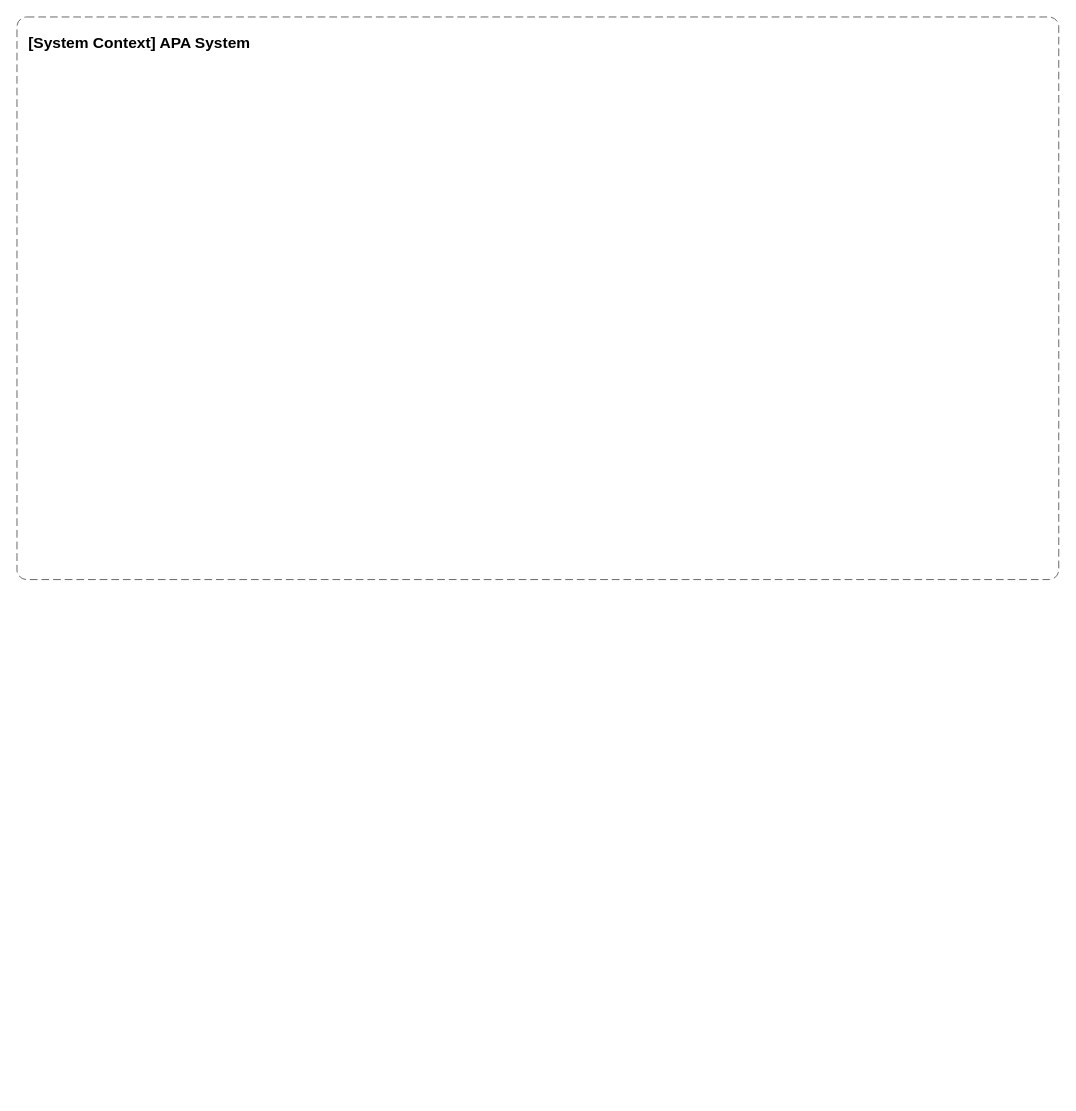
Above: page "C4 | System Context" (3 of 3) of Applicant's personal account.drawio in mikhail-belii/apa-system-backend (draw.io), before the change. Source tidied: cells renumbered, new cells numbered last; positions are measured from the earlier drawing's top-left corner, leaving out a move shared by most shapes. Both pictures are drawn from the tidied source at 97%, with x=0, y=0 at pixel (16, 16).
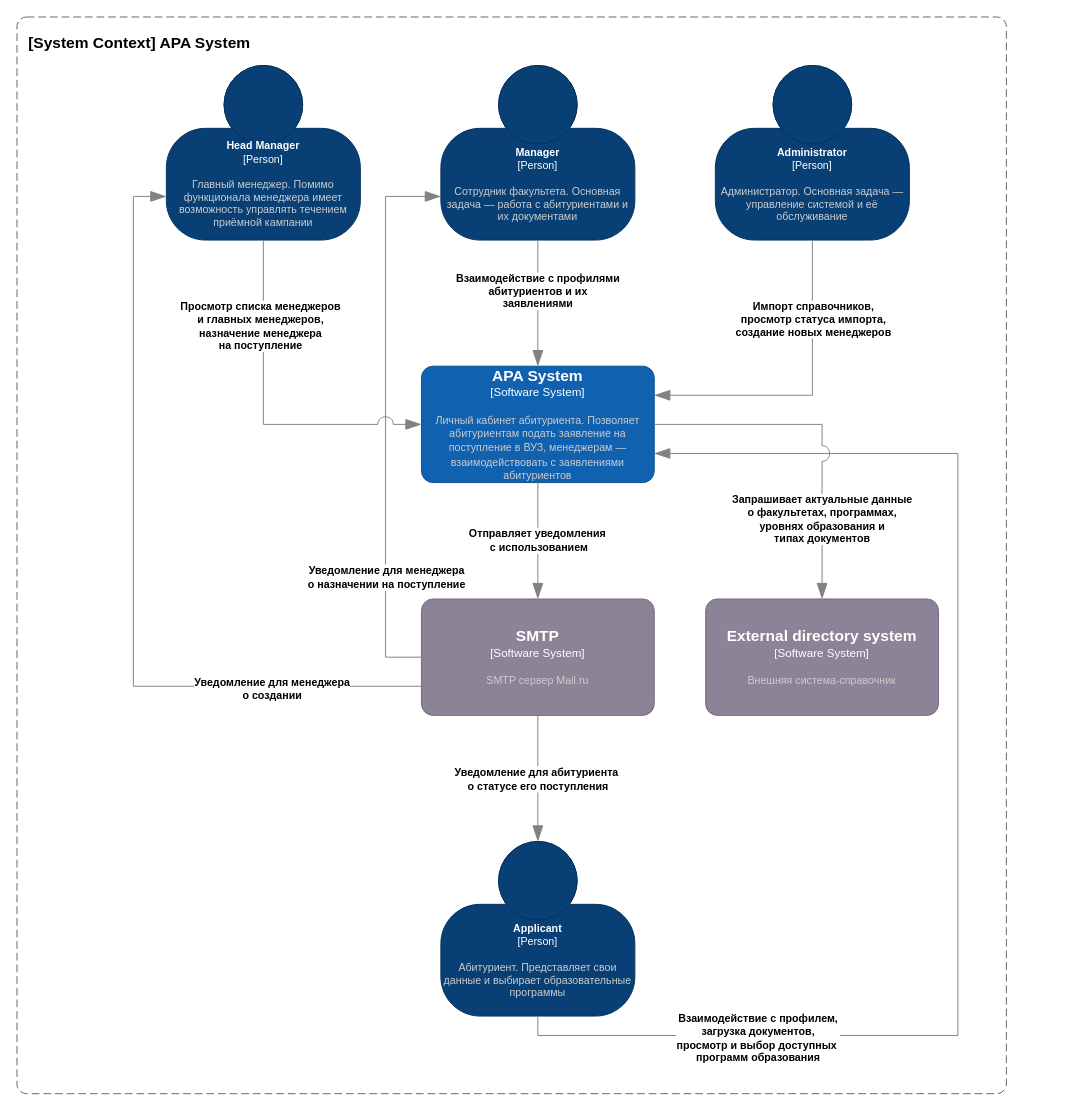
After the change.

Commit message (it also covers changes not shown here):
Немного исправлена диаграмма с контекстами; C4 Model | System Context

Change to the diagram source:
```diff
@@
     <mxCell id="3" style="rounded=1;fontSize=11;whiteSpace=wrap;html=1;dashed=1;arcSize=20;fillColor=none;strokeColor=#666666;fontColor=#333333;labelBackgroundColor=none;align=left;verticalAlign=bottom;labelBorderColor=none;spacingTop=0;spacing=10;dashPattern=8 4;perimeter=rectanglePerimeter;noLabel=0;labelPadding=0;absoluteArcSize=1;fontStyle=0;" parent="1" vertex="1">
-      <mxGeometry width="1074" height="580" as="geometry" />
+      <mxGeometry width="1020" height="1110" as="geometry" />
     </mxCell>
+    <object id="4" label="&lt;font style=&quot;font-size: 11px;&quot;&gt;&lt;b style=&quot;font-size: 11px;&quot;&gt;%c4Name%&lt;/b&gt;&lt;/font&gt;&lt;div style=&quot;font-size: 11px;&quot;&gt;[%c4Type%]&lt;/div&gt;&lt;br style=&quot;font-size: 11px;&quot;&gt;&lt;div style=&quot;font-size: 11px;&quot;&gt;&lt;font style=&quot;font-size: 11px;&quot;&gt;&lt;font style=&quot;font-size: 11px;&quot; color=&quot;#cccccc&quot;&gt;%c4Description%&lt;/font&gt;&lt;/font&gt;&lt;/div&gt;" c4Description="Главный менеджер. Помимо функционала менеджера имеет возможность управлять течением приёмной кампании" c4Name="Head Manager" c4Type="Person" placeholders="1">
+      <mxCell style="html=1;fontSize=11;dashed=0;whiteSpace=wrap;fillColor=#083F75;strokeColor=#06315C;fontColor=#ffffff;shape=mxgraph.c4.person2;align=center;points=[[0.5,0,0],[1,0.5,0],[1,0.75,0],[0.75,1,0],[0.5,1,0],[0.25,1,0],[0,0.75,0],[0,0.5,0]];" parent="1" vertex="1">
+        <mxGeometry x="154" y="50" width="200" height="180" as="geometry" />
+      </mxCell>
+    </object>
+    <object id="5" label="&lt;font style=&quot;font-size: 11px;&quot;&gt;&lt;b style=&quot;font-size: 11px;&quot;&gt;%c4Name%&lt;/b&gt;&lt;/font&gt;&lt;div style=&quot;font-size: 11px;&quot;&gt;[%c4Type%]&lt;/div&gt;&lt;br style=&quot;font-size: 11px;&quot;&gt;&lt;div style=&quot;font-size: 11px;&quot;&gt;&lt;font style=&quot;font-size: 11px;&quot;&gt;&lt;font style=&quot;font-size: 11px;&quot; color=&quot;#cccccc&quot;&gt;%c4Description%&lt;/font&gt;&lt;/font&gt;&lt;/div&gt;" c4Description="Абитуриент. Представляет свои данные и выбирает образовательные программы" c4Name="Applicant" c4Type="Person" placeholders="1">
+      <mxCell style="html=1;fontSize=11;dashed=0;whiteSpace=wrap;fillColor=#083F75;strokeColor=#06315C;fontColor=#ffffff;shape=mxgraph.c4.person2;align=center;points=[[0.5,0,0],[1,0.5,0],[1,0.75,0],[0.75,1,0],[0.5,1,0],[0.25,1,0],[0,0.75,0],[0,0.5,0]];" parent="1" vertex="1">
+        <mxGeometry x="437" y="850" width="200" height="180" as="geometry" />
+      </mxCell>
+    </object>
+    <object id="6" label="&lt;font style=&quot;font-size: 11px;&quot;&gt;&lt;b style=&quot;font-size: 11px;&quot;&gt;%c4Name%&lt;/b&gt;&lt;/font&gt;&lt;div style=&quot;font-size: 11px;&quot;&gt;[%c4Type%]&lt;/div&gt;&lt;br style=&quot;font-size: 11px;&quot;&gt;&lt;div style=&quot;font-size: 11px;&quot;&gt;&lt;font style=&quot;font-size: 11px;&quot;&gt;&lt;font style=&quot;font-size: 11px;&quot; color=&quot;#cccccc&quot;&gt;%c4Description%&lt;/font&gt;&lt;/font&gt;&lt;/div&gt;" c4Description="Сотрудник факультета. Основная задача — работа с абитуриентами и их документами" c4Name="Manager" c4Type="Person" placeholders="1">
+      <mxCell style="html=1;fontSize=11;dashed=0;whiteSpace=wrap;fillColor=#083F75;strokeColor=#06315C;fontColor=#ffffff;shape=mxgraph.c4.person2;align=center;points=[[0.5,0,0],[1,0.5,0],[1,0.75,0],[0.75,1,0],[0.5,1,0],[0.25,1,0],[0,0.75,0],[0,0.5,0]];" parent="1" vertex="1">
+        <mxGeometry x="437" y="50" width="200" height="180" as="geometry" />
+      </mxCell>
+    </object>
+    <object id="7" label="&lt;font style=&quot;font-size: 11px;&quot;&gt;&lt;b style=&quot;font-size: 11px;&quot;&gt;%c4Name%&lt;/b&gt;&lt;/font&gt;&lt;div style=&quot;font-size: 11px;&quot;&gt;[%c4Type%]&lt;/div&gt;&lt;br style=&quot;font-size: 11px;&quot;&gt;&lt;div style=&quot;font-size: 11px;&quot;&gt;&lt;font style=&quot;font-size: 11px;&quot;&gt;&lt;font style=&quot;font-size: 11px;&quot; color=&quot;#cccccc&quot;&gt;%c4Description%&lt;/font&gt;&lt;/font&gt;&lt;/div&gt;" c4Description="Администратор. Основная задача — управление системой и её обслуживание" c4Name="Administrator" c4Type="Person" placeholders="1">
+      <mxCell style="html=1;fontSize=11;dashed=0;whiteSpace=wrap;fillColor=#083F75;strokeColor=#06315C;fontColor=#ffffff;shape=mxgraph.c4.person2;align=center;points=[[0.5,0,0],[1,0.5,0],[1,0.75,0],[0.75,1,0],[0.5,1,0],[0.25,1,0],[0,0.75,0],[0,0.5,0]];" parent="1" vertex="1">
+        <mxGeometry x="720" y="50" width="200" height="180" as="geometry" />
+      </mxCell>
+    </object>
+    <object id="8" label="&lt;font style=&quot;font-size: 16px&quot;&gt;&lt;b&gt;%c4Name%&lt;/b&gt;&lt;/font&gt;&lt;div&gt;[%c4Type%]&lt;/div&gt;&lt;br&gt;&lt;div&gt;&lt;font style=&quot;font-size: 11px&quot;&gt;&lt;font color=&quot;#cccccc&quot;&gt;%c4Description%&lt;/font&gt;&lt;/div&gt;" c4Description="Личный кабинет абитуриента. Позволяет абитуриентам подать заявление на поступление в ВУЗ, менеджерам — взаимодействовать с заявлениями абитуриентов" c4Name="APA System" c4Type="Software System" placeholders="1">
+      <mxCell style="rounded=1;whiteSpace=wrap;html=1;labelBackgroundColor=none;fillColor=#1061B0;fontColor=#ffffff;align=center;arcSize=10;strokeColor=#0D5091;points=[[0.25,0,0],[0.5,0,0],[0.75,0,0],[1,0.25,0],[1,0.5,0],[1,0.75,0],[0.75,1,0],[0.5,1,0],[0.25,1,0],[0,0.75,0],[0,0.5,0],[0,0.25,0]];" parent="1" vertex="1">
+        <mxGeometry x="417" y="360" width="240" height="120" as="geometry" />
+      </mxCell>
+    </object>
+    <object id="9" label="&lt;font style=&quot;font-size: 16px&quot;&gt;&lt;b&gt;%c4Name%&lt;/b&gt;&lt;/font&gt;&lt;div&gt;[%c4Type%]&lt;/div&gt;&lt;br&gt;&lt;div&gt;&lt;font style=&quot;font-size: 11px&quot;&gt;&lt;font color=&quot;#cccccc&quot;&gt;%c4Description%&lt;/font&gt;&lt;/div&gt;" c4Description="SMTP сервер Mail.ru" c4Name="SMTP" c4Type="Software System" placeholders="1">
+      <mxCell style="rounded=1;whiteSpace=wrap;html=1;labelBackgroundColor=none;fillColor=#8C8496;fontColor=#ffffff;align=center;arcSize=10;strokeColor=#736782;points=[[0.25,0,0],[0.5,0,0],[0.75,0,0],[1,0.25,0],[1,0.5,0],[1,0.75,0],[0.75,1,0],[0.5,1,0],[0.25,1,0],[0,0.75,0],[0,0.5,0],[0,0.25,0]];" parent="1" vertex="1">
+        <mxGeometry x="417" y="600" width="240" height="120" as="geometry" />
+      </mxCell>
+    </object>
+    <mxCell id="10" style="endArrow=blockThin;html=1;fontSize=10;fontColor=#404040;strokeWidth=1;endFill=1;strokeColor=#828282;elbow=vertical;endSize=14;startSize=14;jumpStyle=arc;jumpSize=16;rounded=0;edgeStyle=orthogonalEdgeStyle;exitX=0.5;exitY=1;exitDx=0;exitDy=0;exitPerimeter=0;entryX=0.5;entryY=0;entryDx=0;entryDy=0;entryPerimeter=0;" parent="1" edge="1" source="9" target="5">
+      <mxGeometry relative="1" as="geometry" />
+    </mxCell>
+    <mxCell id="11" style="edgeLabel;html=1;align=center;verticalAlign=middle;" parent="10" vertex="1">
+      <mxGeometry x="-0.02" y="-3" relative="1" as="geometry" />
+    </mxCell>
+    <mxCell id="12" value="&lt;span style=&quot;&quot;&gt;Уведомление для абитуриента&amp;nbsp;&lt;/span&gt;&lt;div style=&quot;&quot;&gt;о статусе его поступления&lt;/div&gt;" style="edgeLabel;html=1;align=center;verticalAlign=middle;fontStyle=1;" parent="10" vertex="1">
+      <mxGeometry x="-0.05" y="-1" relative="1" as="geometry">
+        <mxPoint y="3" as="offset" />
+      </mxGeometry>
+    </mxCell>
+    <mxCell id="13" style="endArrow=blockThin;html=1;fontSize=10;fontColor=#404040;strokeWidth=1;endFill=1;strokeColor=#828282;elbow=vertical;endSize=14;startSize=14;jumpStyle=arc;jumpSize=16;rounded=0;edgeStyle=orthogonalEdgeStyle;exitX=0;exitY=0.75;exitDx=0;exitDy=0;exitPerimeter=0;entryX=0;entryY=0.75;entryDx=0;entryDy=0;entryPerimeter=0;" parent="1" edge="1" source="9" target="4">
+      <mxGeometry relative="1" as="geometry">
+        <Array as="points">
+          <mxPoint x="120" y="690" />
+          <mxPoint x="120" y="185" />
+        </Array>
+      </mxGeometry>
+    </mxCell>
+    <mxCell id="14" value="&lt;span style=&quot;&quot;&gt;Уведомление для менеджера&lt;/span&gt;&lt;div style=&quot;&quot;&gt;о создании&lt;/div&gt;" style="edgeLabel;html=1;align=center;verticalAlign=middle;fontStyle=1;" parent="13" vertex="1">
+      <mxGeometry x="-0.63" y="-2" relative="1" as="geometry">
+        <mxPoint y="4" as="offset" />
+      </mxGeometry>
+    </mxCell>
+    <mxCell id="15" style="endArrow=blockThin;html=1;fontSize=10;fontColor=#404040;strokeWidth=1;endFill=1;strokeColor=#828282;elbow=vertical;endSize=14;startSize=14;jumpStyle=arc;jumpSize=16;rounded=0;edgeStyle=orthogonalEdgeStyle;entryX=0;entryY=0.75;entryDx=0;entryDy=0;entryPerimeter=0;exitX=0;exitY=0.5;exitDx=0;exitDy=0;exitPerimeter=0;" parent="1" edge="1" source="9" target="6">
+      <mxGeometry relative="1" as="geometry">
+        <Array as="points">
+          <mxPoint x="380" y="660" />
+          <mxPoint x="380" y="185" />
+        </Array>
+      </mxGeometry>
+    </mxCell>
+    <mxCell id="16" value="&lt;span style=&quot;&quot;&gt;Уведомление для менеджера&lt;/span&gt;&lt;div&gt;&lt;span style=&quot;&quot;&gt;о&amp;nbsp;&lt;/span&gt;&lt;span style=&quot;&quot;&gt;назначении&amp;nbsp;&lt;/span&gt;&lt;span style=&quot;&quot;&gt;на поступление&lt;/span&gt;&lt;/div&gt;" style="edgeLabel;html=1;align=center;verticalAlign=middle;fontStyle=1;" parent="15" vertex="1">
+      <mxGeometry x="-0.6" relative="1" as="geometry">
+        <mxPoint y="-6" as="offset" />
+      </mxGeometry>
+    </mxCell>
+    <mxCell id="17" style="endArrow=blockThin;html=1;fontSize=10;fontColor=#404040;strokeWidth=1;endFill=1;strokeColor=#828282;elbow=vertical;endSize=14;startSize=14;jumpStyle=arc;jumpSize=16;rounded=0;edgeStyle=orthogonalEdgeStyle;exitX=0.5;exitY=1;exitDx=0;exitDy=0;exitPerimeter=0;entryX=0.5;entryY=0;entryDx=0;entryDy=0;entryPerimeter=0;" parent="1" edge="1" source="8" target="9">
+      <mxGeometry relative="1" as="geometry" />
+    </mxCell>
+    <mxCell id="18" value="&lt;span style=&quot;&quot;&gt;Отправляет уведомления&amp;nbsp;&lt;/span&gt;&lt;div style=&quot;&quot;&gt;с использованием&lt;/div&gt;" style="edgeLabel;html=1;align=center;verticalAlign=middle;fontStyle=1;" parent="17" vertex="1">
+      <mxGeometry x="-0.01" relative="1" as="geometry" />
+    </mxCell>
+    <mxCell id="19" style="endArrow=blockThin;html=1;fontSize=10;fontColor=#404040;strokeWidth=1;endFill=1;strokeColor=#828282;elbow=vertical;endSize=14;startSize=14;jumpStyle=arc;jumpSize=16;rounded=0;edgeStyle=orthogonalEdgeStyle;exitX=0.5;exitY=1;exitDx=0;exitDy=0;exitPerimeter=0;entryX=1;entryY=0.75;entryDx=0;entryDy=0;entryPerimeter=0;" parent="1" edge="1" source="5" target="8">
+      <mxGeometry relative="1" as="geometry">
+        <Array as="points">
+          <mxPoint x="537" y="1050" />
+          <mxPoint x="970" y="1050" />
+          <mxPoint x="970" y="450" />
+        </Array>
+      </mxGeometry>
+    </mxCell>
+    <mxCell id="20" value="Взаимодействие с профилем,&lt;div&gt;загрузка документов,&lt;/div&gt;&lt;div&gt;просмотр и выбор доступных&amp;nbsp;&lt;/div&gt;&lt;div&gt;программ образования&lt;/div&gt;" style="edgeLabel;html=1;align=center;verticalAlign=middle;fontStyle=1;" parent="19" vertex="1">
+      <mxGeometry x="-0.7" y="3" relative="1" as="geometry">
+        <mxPoint x="41" y="5" as="offset" />
+      </mxGeometry>
+    </mxCell>
+    <mxCell id="21" style="endArrow=blockThin;html=1;fontSize=10;fontColor=#404040;strokeWidth=1;endFill=1;strokeColor=#828282;elbow=vertical;endSize=14;startSize=14;jumpStyle=arc;jumpSize=16;rounded=0;edgeStyle=orthogonalEdgeStyle;exitX=0.5;exitY=1;exitDx=0;exitDy=0;exitPerimeter=0;entryX=0;entryY=0.5;entryDx=0;entryDy=0;entryPerimeter=0;" parent="1" edge="1" source="4" target="8">
+      <mxGeometry relative="1" as="geometry" />
+    </mxCell>
+    <mxCell id="22" value="Просмотр списка менеджеров&lt;div&gt;и главных менеджеров,&lt;/div&gt;&lt;div&gt;назначение менеджера&lt;/div&gt;&lt;div&gt;на поступление&lt;/div&gt;" style="edgeLabel;html=1;align=center;verticalAlign=middle;fontStyle=1;" parent="21" vertex="1">
+      <mxGeometry x="-0.5" y="-4" relative="1" as="geometry" />
+    </mxCell>
+    <mxCell id="23" style="endArrow=blockThin;html=1;fontSize=10;fontColor=#404040;strokeWidth=1;endFill=1;strokeColor=#828282;elbow=vertical;endSize=14;startSize=14;jumpStyle=arc;jumpSize=16;rounded=0;edgeStyle=orthogonalEdgeStyle;exitX=0.5;exitY=1;exitDx=0;exitDy=0;exitPerimeter=0;entryX=0.5;entryY=0;entryDx=0;entryDy=0;entryPerimeter=0;" parent="1" edge="1" source="6" target="8">
+      <mxGeometry relative="1" as="geometry" />
+    </mxCell>
+    <mxCell id="24" value="Взаимодействие с профилями&lt;div&gt;абитуриентов и их&lt;/div&gt;&lt;div&gt;заявлениями&lt;/div&gt;" style="edgeLabel;html=1;align=center;verticalAlign=middle;fontStyle=1;" parent="23" vertex="1">
+      <mxGeometry x="-0.32" y="-1" relative="1" as="geometry">
+        <mxPoint y="8" as="offset" />
+      </mxGeometry>
+    </mxCell>
+    <mxCell id="25" style="endArrow=blockThin;html=1;fontSize=10;fontColor=#404040;strokeWidth=1;endFill=1;strokeColor=#828282;elbow=vertical;endSize=14;startSize=14;jumpStyle=arc;jumpSize=16;rounded=0;edgeStyle=orthogonalEdgeStyle;exitX=0.5;exitY=1;exitDx=0;exitDy=0;exitPerimeter=0;entryX=1;entryY=0.25;entryDx=0;entryDy=0;entryPerimeter=0;" parent="1" edge="1" source="7" target="8">
+      <mxGeometry relative="1" as="geometry" />
+    </mxCell>
+    <mxCell id="26" value="Импорт справочников,&lt;div&gt;просмотр статуса импорта,&lt;/div&gt;&lt;div&gt;создание новых менеджеров&lt;/div&gt;" style="edgeLabel;html=1;align=center;verticalAlign=middle;fontStyle=1;" parent="25" vertex="1">
+      <mxGeometry x="-0.5" relative="1" as="geometry" />
+    </mxCell>
+    <object id="27" label="&lt;font style=&quot;font-size: 16px&quot;&gt;&lt;b&gt;%c4Name%&lt;/b&gt;&lt;/font&gt;&lt;div&gt;[%c4Type%]&lt;/div&gt;&lt;br&gt;&lt;div&gt;&lt;font style=&quot;font-size: 11px&quot;&gt;&lt;font color=&quot;#cccccc&quot;&gt;%c4Description%&lt;/font&gt;&lt;/div&gt;" c4Description="Внешняя система-справочник" c4Name="External directory system" c4Type="Software System" placeholders="1">
+      <mxCell style="rounded=1;whiteSpace=wrap;html=1;labelBackgroundColor=none;fillColor=#8C8496;fontColor=#ffffff;align=center;arcSize=10;strokeColor=#736782;points=[[0.25,0,0],[0.5,0,0],[0.75,0,0],[1,0.25,0],[1,0.5,0],[1,0.75,0],[0.75,1,0],[0.5,1,0],[0.25,1,0],[0,0.75,0],[0,0.5,0],[0,0.25,0]];" parent="1" vertex="1">
+        <mxGeometry x="710" y="600" width="240" height="120" as="geometry" />
+      </mxCell>
+    </object>
+    <mxCell id="28" style="endArrow=blockThin;html=1;fontSize=10;fontColor=#404040;strokeWidth=1;endFill=1;strokeColor=#828282;elbow=vertical;endSize=14;startSize=14;jumpStyle=arc;jumpSize=16;rounded=0;edgeStyle=orthogonalEdgeStyle;exitX=1;exitY=0.5;exitDx=0;exitDy=0;exitPerimeter=0;entryX=0.5;entryY=0;entryDx=0;entryDy=0;entryPerimeter=0;" parent="1" edge="1" source="8" target="27">
+      <mxGeometry relative="1" as="geometry" />
+    </mxCell>
+    <mxCell id="29" value="Запрашивает актуальные данные&lt;div&gt;о факультетах, программах,&lt;/div&gt;&lt;div&gt;уровнях образования и&lt;/div&gt;&lt;div&gt;типах документов&lt;/div&gt;" style="edgeLabel;html=1;align=center;verticalAlign=middle;fontStyle=1;" parent="28" vertex="1">
+      <mxGeometry x="0.53" y="-1" relative="1" as="geometry" />
+    </mxCell>
```
